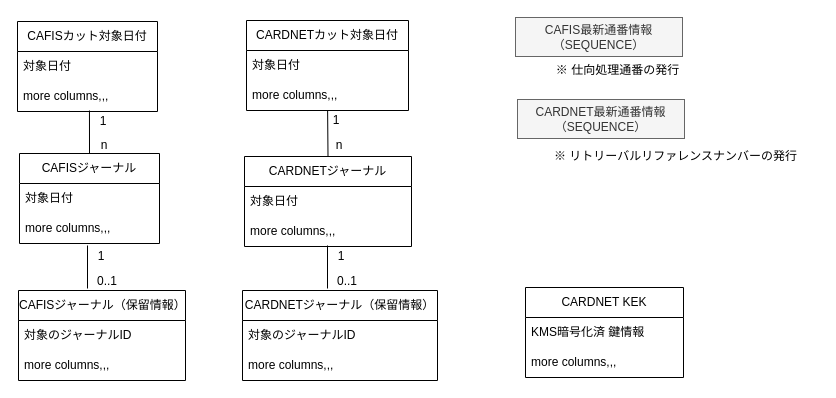
Above: page "datastore_1-1" (6 of 6) of FEXICS/obj/functions.drawio in kyoshizawa/kywiki2 (draw.io), before the change. Source tidied: cells renumbered, new cells numbered last; positions are measured from the earlier drawing's top-left corner, leaving out a move shared by most shapes. Both pictures are drawn from the tidied source at 100%, with x=0, y=0 at pixel (17, 17).
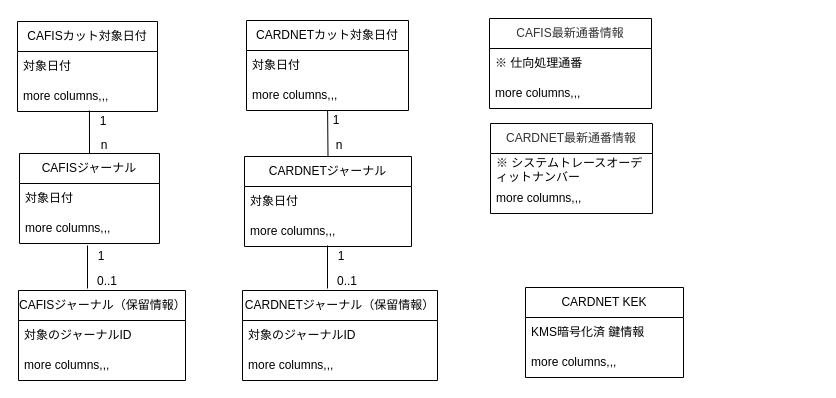
The same diagram, later.

Change to the diagram source:
```diff
@@
-    <mxCell id="23" value="CAFIS最新通番情報（SEQUENCE）" style="rounded=0;whiteSpace=wrap;html=1;fillColor=#f5f5f5;fontColor=#333333;strokeColor=#666666;" parent="1" vertex="1">
-      <mxGeometry x="498" width="167" height="39" as="geometry" />
-    </mxCell>
-    <mxCell id="24" value="CARDNET最新通番情報（SEQUENCE）" style="rounded=0;whiteSpace=wrap;html=1;fillColor=#f5f5f5;fontColor=#333333;strokeColor=#666666;" parent="1" vertex="1">
-      <mxGeometry x="500" y="82" width="167" height="39" as="geometry" />
-    </mxCell>
-    <mxCell id="25" value="※&amp;nbsp;仕向処理通番の発行" style="text;html=1;align=center;verticalAlign=middle;whiteSpace=wrap;rounded=0;" parent="1" vertex="1">
-      <mxGeometry x="521" y="38" width="159" height="30" as="geometry" />
-    </mxCell>
-    <mxCell id="26" value="※&amp;nbsp;&lt;span style=&quot;text-align: left;&quot;&gt;リトリーバルリファレンスナンバー&lt;/span&gt;の発行" style="text;html=1;align=center;verticalAlign=middle;whiteSpace=wrap;rounded=0;" parent="1" vertex="1">
-      <mxGeometry x="516" y="124" width="285" height="30" as="geometry" />
-    </mxCell>
@@
+    <mxCell id="39" value="&lt;span style=&quot;color: rgb(51, 51, 51);&quot;&gt;CAFIS最新通番情報&lt;/span&gt;" style="swimlane;fontStyle=0;horizontal=1;startSize=30;whiteSpace=wrap;html=1;" parent="1" vertex="1">
+      <mxGeometry x="472" y="1" width="162" height="90" as="geometry" />
+    </mxCell>
+    <mxCell id="40" value="&lt;span style=&quot;text-align: center;&quot;&gt;※&amp;nbsp;仕向処理通番&lt;/span&gt;" style="text;strokeColor=none;fillColor=none;align=left;verticalAlign=middle;spacingLeft=4;spacingRight=4;overflow=hidden;whiteSpace=wrap;html=1;" parent="39" vertex="1">
+      <mxGeometry y="30" width="162" height="30" as="geometry" />
+    </mxCell>
+    <mxCell id="41" value="more columns,,," style="text;strokeColor=none;fillColor=none;align=left;verticalAlign=middle;spacingLeft=4;spacingRight=4;overflow=hidden;whiteSpace=wrap;html=1;" parent="39" vertex="1">
+      <mxGeometry y="60" width="162" height="30" as="geometry" />
+    </mxCell>
+    <mxCell id="42" value="&lt;span style=&quot;color: rgb(51, 51, 51);&quot;&gt;CARDNET最新通番情報&lt;/span&gt;" style="swimlane;fontStyle=0;horizontal=1;startSize=30;whiteSpace=wrap;html=1;" parent="1" vertex="1">
+      <mxGeometry x="473" y="106" width="162" height="90" as="geometry" />
+    </mxCell>
+    <mxCell id="43" value="&lt;span style=&quot;text-align: center;&quot;&gt;※ システムトレースオーディットナンバー&lt;/span&gt;" style="text;strokeColor=none;fillColor=none;align=left;verticalAlign=middle;spacingLeft=4;spacingRight=4;overflow=hidden;whiteSpace=wrap;html=1;" parent="42" vertex="1">
+      <mxGeometry y="30" width="162" height="30" as="geometry" />
+    </mxCell>
+    <mxCell id="44" value="more columns,,," style="text;strokeColor=none;fillColor=none;align=left;verticalAlign=middle;spacingLeft=4;spacingRight=4;overflow=hidden;whiteSpace=wrap;html=1;" parent="42" vertex="1">
+      <mxGeometry y="60" width="162" height="30" as="geometry" />
+    </mxCell>
```
